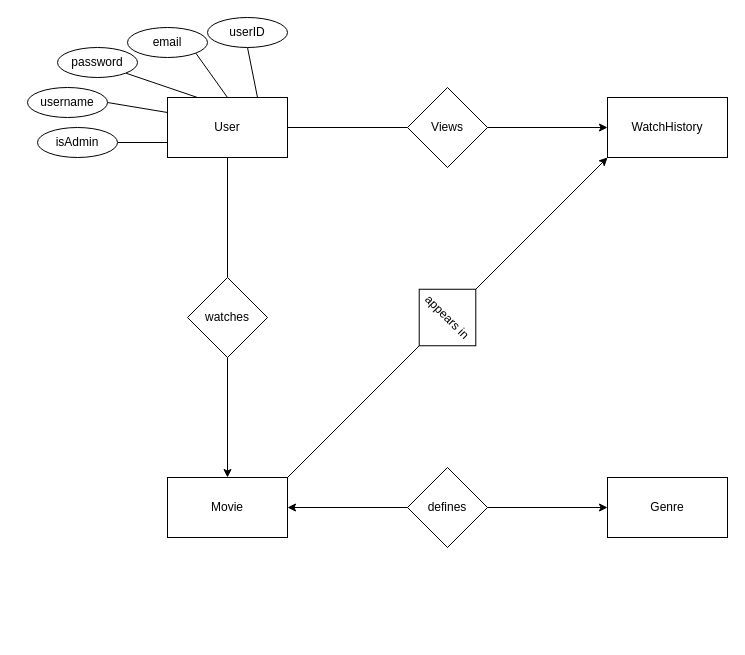
This is doc/fraudflix_er.drawio from KhangMBui/fraud-flix, a draw.io file, before an edit. Source tidied: cells renumbered, new cells numbered last; positions are measured from the earlier drawing's top-left corner, leaving out a move shared by most shapes. Both pictures are drawn from the tidied source at 100%, with x=0, y=0 at pixel (27, 17).
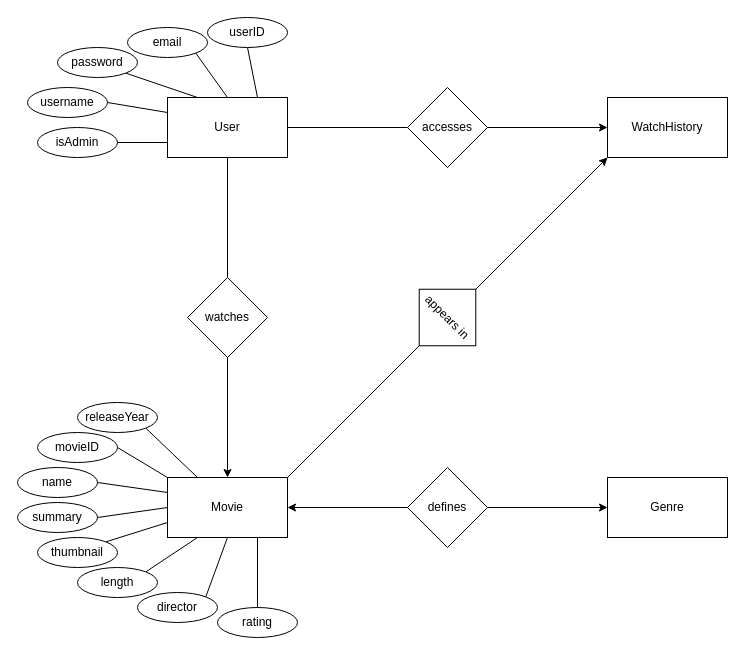
The same page after the edit.

Commit message:
Added attributes to Movie table

The change refers to these unchanged cells:
```xml
<mxCell id="11" value="Movie" style="rounded=0;whiteSpace=wrap;html=1;" parent="1" vertex="1">
  <mxGeometry x="140" y="460" width="120" height="60" as="geometry" />
</mxCell>
```

The edit, as a diff of the source:
```diff
@@
+    <mxCell id="28" style="edgeStyle=none;shape=connector;rounded=0;jettySize=auto;html=1;exitX=0.25;exitY=0;exitDx=0;exitDy=0;entryX=1;entryY=1;entryDx=0;entryDy=0;strokeColor=default;align=center;verticalAlign=middle;fontFamily=Helvetica;fontSize=11;fontColor=default;labelBackgroundColor=default;startFill=0;endArrow=none;" parent="1" edge="1" source="11" target="40">
+      <mxGeometry relative="1" as="geometry" />
+    </mxCell>
+    <mxCell id="29" style="edgeStyle=none;shape=connector;rounded=0;jettySize=auto;html=1;exitX=0;exitY=0;exitDx=0;exitDy=0;entryX=1;entryY=0.5;entryDx=0;entryDy=0;strokeColor=default;align=center;verticalAlign=middle;fontFamily=Helvetica;fontSize=11;fontColor=default;labelBackgroundColor=default;startFill=0;endArrow=none;" parent="1" edge="1" source="11" target="36">
+      <mxGeometry relative="1" as="geometry" />
+    </mxCell>
+    <mxCell id="30" style="edgeStyle=none;shape=connector;rounded=0;jettySize=auto;html=1;exitX=0;exitY=0.25;exitDx=0;exitDy=0;entryX=1;entryY=0.5;entryDx=0;entryDy=0;strokeColor=default;align=center;verticalAlign=middle;fontFamily=Helvetica;fontSize=11;fontColor=default;labelBackgroundColor=default;startFill=0;endArrow=none;" parent="1" edge="1" source="11" target="37">
+      <mxGeometry relative="1" as="geometry" />
+    </mxCell>
+    <mxCell id="31" style="edgeStyle=none;shape=connector;rounded=0;jettySize=auto;html=1;exitX=0;exitY=0.5;exitDx=0;exitDy=0;entryX=1;entryY=0.5;entryDx=0;entryDy=0;strokeColor=default;align=center;verticalAlign=middle;fontFamily=Helvetica;fontSize=11;fontColor=default;labelBackgroundColor=default;startFill=0;endArrow=none;" parent="1" edge="1" source="11" target="38">
+      <mxGeometry relative="1" as="geometry" />
+    </mxCell>
+    <mxCell id="32" style="edgeStyle=none;shape=connector;rounded=0;jettySize=auto;html=1;exitX=0;exitY=0.75;exitDx=0;exitDy=0;entryX=1;entryY=0;entryDx=0;entryDy=0;strokeColor=default;align=center;verticalAlign=middle;fontFamily=Helvetica;fontSize=11;fontColor=default;labelBackgroundColor=default;startFill=0;endArrow=none;" parent="1" edge="1" source="11" target="39">
+      <mxGeometry relative="1" as="geometry" />
+    </mxCell>
+    <mxCell id="33" style="edgeStyle=none;shape=connector;rounded=0;jettySize=auto;html=1;exitX=0.25;exitY=1;exitDx=0;exitDy=0;entryX=1;entryY=0;entryDx=0;entryDy=0;strokeColor=default;align=center;verticalAlign=middle;fontFamily=Helvetica;fontSize=11;fontColor=default;labelBackgroundColor=default;startFill=0;endArrow=none;" parent="1" edge="1" source="11" target="41">
+      <mxGeometry relative="1" as="geometry" />
+    </mxCell>
+    <mxCell id="34" style="edgeStyle=none;shape=connector;rounded=0;jettySize=auto;html=1;exitX=0.5;exitY=1;exitDx=0;exitDy=0;entryX=1;entryY=0;entryDx=0;entryDy=0;strokeColor=default;align=center;verticalAlign=middle;fontFamily=Helvetica;fontSize=11;fontColor=default;labelBackgroundColor=default;startFill=0;endArrow=none;" parent="1" edge="1" source="11" target="42">
+      <mxGeometry relative="1" as="geometry" />
+    </mxCell>
+    <mxCell id="35" style="edgeStyle=none;shape=connector;rounded=0;jettySize=auto;html=1;exitX=0.75;exitY=1;exitDx=0;exitDy=0;entryX=0.5;entryY=0;entryDx=0;entryDy=0;strokeColor=default;align=center;verticalAlign=middle;fontFamily=Helvetica;fontSize=11;fontColor=default;labelBackgroundColor=default;startFill=0;endArrow=none;" parent="1" edge="1" source="11" target="43">
+      <mxGeometry relative="1" as="geometry" />
+    </mxCell>
@@
-    <mxCell id="17" value="Views" style="rhombus;whiteSpace=wrap;html=1;" parent="1" vertex="1">
+    <mxCell id="17" value="accesses" style="rhombus;whiteSpace=wrap;html=1;" parent="1" vertex="1">
       <mxGeometry x="380" y="70" width="80" height="80" as="geometry" />
     </mxCell>
@@
+    <mxCell id="36" value="movieID" style="ellipse;whiteSpace=wrap;html=1;strokeColor=default;align=center;verticalAlign=middle;fontFamily=Helvetica;fontSize=12;fontColor=default;fillColor=default;labelBackgroundColor=default;" parent="1" vertex="1">
+      <mxGeometry x="10" y="415" width="80" height="30" as="geometry" />
+    </mxCell>
+    <mxCell id="37" value="name" style="ellipse;whiteSpace=wrap;html=1;strokeColor=default;align=center;verticalAlign=middle;fontFamily=Helvetica;fontSize=12;fontColor=default;fillColor=default;labelBackgroundColor=default;" parent="1" vertex="1">
+      <mxGeometry x="-10" y="450" width="80" height="30" as="geometry" />
+    </mxCell>
+    <mxCell id="38" value="summary" style="ellipse;whiteSpace=wrap;html=1;strokeColor=default;align=center;verticalAlign=middle;fontFamily=Helvetica;fontSize=12;fontColor=default;fillColor=default;labelBackgroundColor=default;" parent="1" vertex="1">
+      <mxGeometry x="-10" y="485" width="80" height="30" as="geometry" />
+    </mxCell>
+    <mxCell id="39" value="thumbnail" style="ellipse;whiteSpace=wrap;html=1;strokeColor=default;align=center;verticalAlign=middle;fontFamily=Helvetica;fontSize=12;fontColor=default;fillColor=default;labelBackgroundColor=default;" parent="1" vertex="1">
+      <mxGeometry x="10" y="520" width="80" height="30" as="geometry" />
+    </mxCell>
+    <mxCell id="40" value="releaseYear" style="ellipse;whiteSpace=wrap;html=1;strokeColor=default;align=center;verticalAlign=middle;fontFamily=Helvetica;fontSize=12;fontColor=default;fillColor=default;labelBackgroundColor=default;" parent="1" vertex="1">
+      <mxGeometry x="50" y="385" width="80" height="30" as="geometry" />
+    </mxCell>
+    <mxCell id="41" value="length" style="ellipse;whiteSpace=wrap;html=1;strokeColor=default;align=center;verticalAlign=middle;fontFamily=Helvetica;fontSize=12;fontColor=default;fillColor=default;labelBackgroundColor=default;" parent="1" vertex="1">
+      <mxGeometry x="50" y="550" width="80" height="30" as="geometry" />
+    </mxCell>
+    <mxCell id="42" value="director" style="ellipse;whiteSpace=wrap;html=1;strokeColor=default;align=center;verticalAlign=middle;fontFamily=Helvetica;fontSize=12;fontColor=default;fillColor=default;labelBackgroundColor=default;" parent="1" vertex="1">
+      <mxGeometry x="110" y="575" width="80" height="30" as="geometry" />
+    </mxCell>
+    <mxCell id="43" value="rating" style="ellipse;whiteSpace=wrap;html=1;strokeColor=default;align=center;verticalAlign=middle;fontFamily=Helvetica;fontSize=12;fontColor=default;fillColor=default;labelBackgroundColor=default;" parent="1" vertex="1">
+      <mxGeometry x="190" y="590" width="80" height="30" as="geometry" />
+    </mxCell>
```
